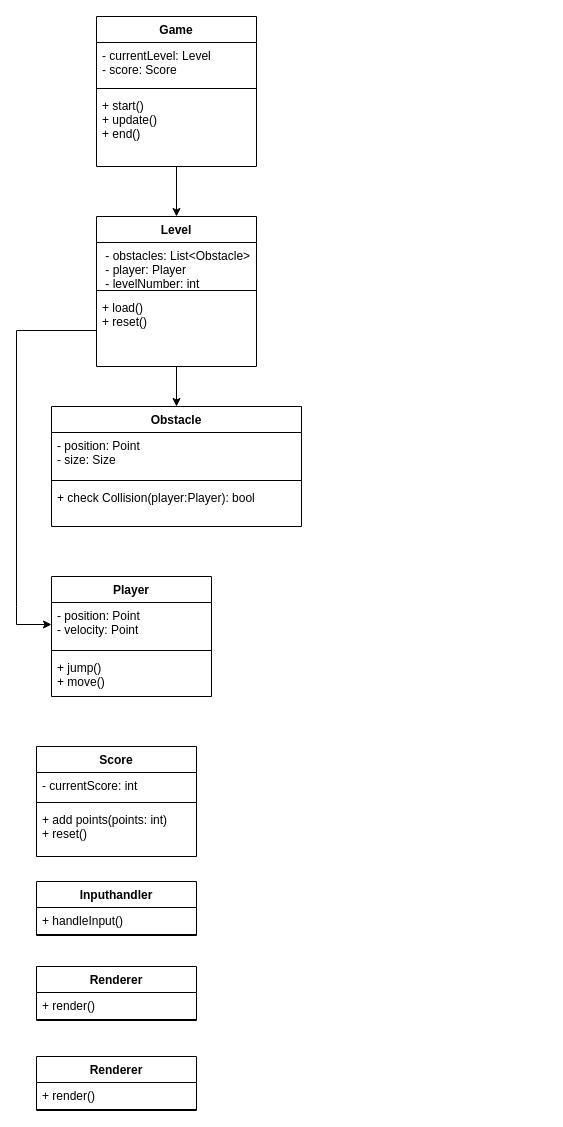
MTHS-ICS4U-1-2023/ICS4U-Final-Project-EmmanuelAndEvgeny keeps this draw.io diagram as design/classdiagram.drawio. Above is the earlier version. Source tidied: cells renumbered, new cells numbered last; positions are measured from the earlier drawing's top-left corner, leaving out a move shared by most shapes. Both pictures are drawn from the tidied source at 100%, with x=0, y=0 at pixel (16, 16).
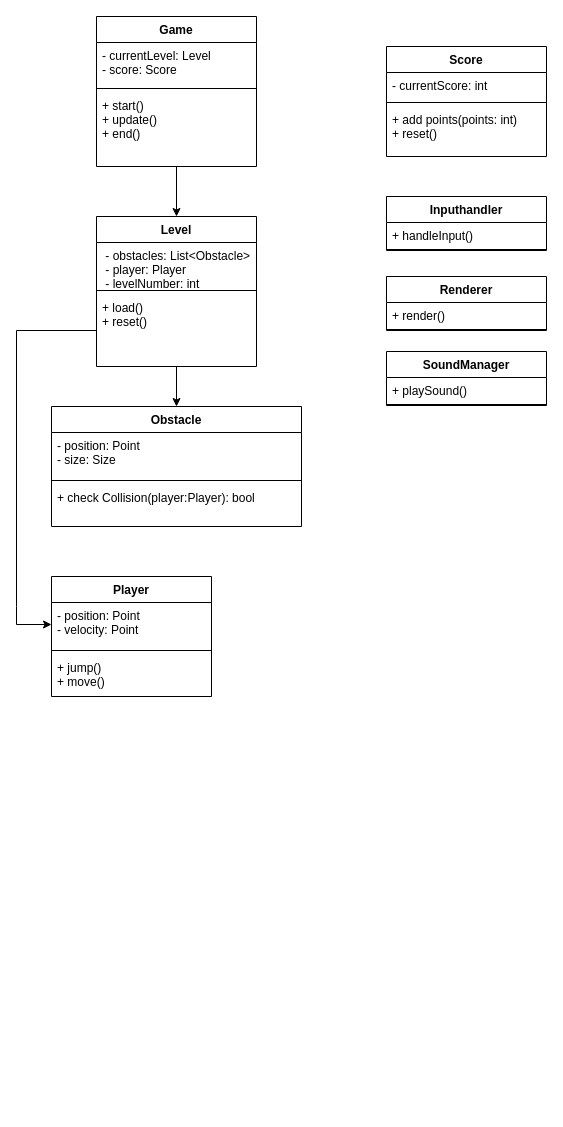
Above is the later version.

Change to the diagram source:
```diff
@@
     <mxCell id="20" value="Inputhandler" style="swimlane;fontStyle=1;align=center;verticalAlign=top;horizontal=1;startSize=26;" parent="1" vertex="1">
-      <mxGeometry x="20" y="865" width="160" height="54" as="geometry" />
+      <mxGeometry x="370" y="180" width="160" height="54" as="geometry" />
     </mxCell>
@@
     <mxCell id="23" value="Score" style="swimlane;fontStyle=1;align=center;verticalAlign=top;horizontal=1;startSize=26;" parent="1" vertex="1">
-      <mxGeometry x="20" y="730" width="160" height="110" as="geometry" />
+      <mxGeometry x="370" y="30" width="160" height="110" as="geometry" />
     </mxCell>
@@
     <mxCell id="27" value="Renderer" style="swimlane;fontStyle=1;align=center;verticalAlign=top;horizontal=1;startSize=26;" parent="1" vertex="1">
-      <mxGeometry x="20" y="950" width="160" height="54" as="geometry" />
+      <mxGeometry x="370" y="260" width="160" height="54" as="geometry" />
     </mxCell>
@@
-    <mxCell id="30" value="Renderer" style="swimlane;fontStyle=1;align=center;verticalAlign=top;horizontal=1;startSize=26;" parent="1" vertex="1">
-      <mxGeometry x="20" y="1040" width="160" height="54" as="geometry" />
+    <mxCell id="30" value="SoundManager" style="swimlane;fontStyle=1;align=center;verticalAlign=top;horizontal=1;startSize=26;" parent="1" vertex="1">
+      <mxGeometry x="370" y="335" width="160" height="54" as="geometry" />
     </mxCell>
-    <mxCell id="31" value="+ render()" style="text;strokeColor=none;fillColor=none;align=left;verticalAlign=top;spacingLeft=4;spacingRight=4;overflow=hidden;" parent="30" vertex="1">
+    <mxCell id="31" value="+ playSound()" style="text;strokeColor=none;fillColor=none;align=left;verticalAlign=top;spacingLeft=4;spacingRight=4;overflow=hidden;" parent="30" vertex="1">
       <mxGeometry y="26" width="160" height="26" as="geometry" />
     </mxCell>
```
